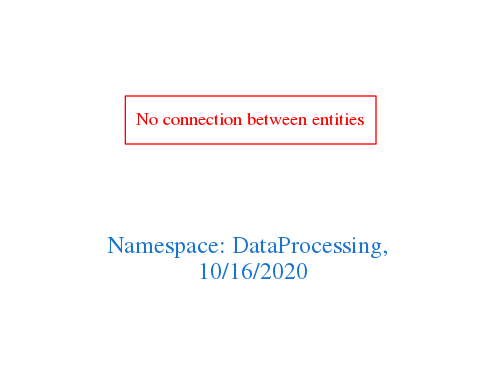
The Graphviz diagram downloads/DataProcessing.png in arago/OGIT, before a commit. Its source is kept beside it as downloads/DataProcessing.dot.
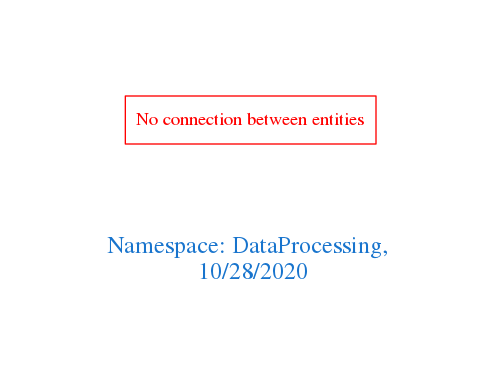
The same file after the commit.

The edit, as a diff of the source:
```diff
@@ -1,7 +1,7 @@
 digraph OGIT_ontology {
  graph [ rankdir= LR,pad=1
 fontsize = 18,
-fontcolor= dodgerblue3,label = "\n\n\nNamespace: DataProcessing, \n 10/16/2020"];
+fontcolor= dodgerblue3,label = "\n\n\nNamespace: DataProcessing, \n 10/28/2020"];
 node[shape=polygon];
 edge [  color="gray81"];
 
```
